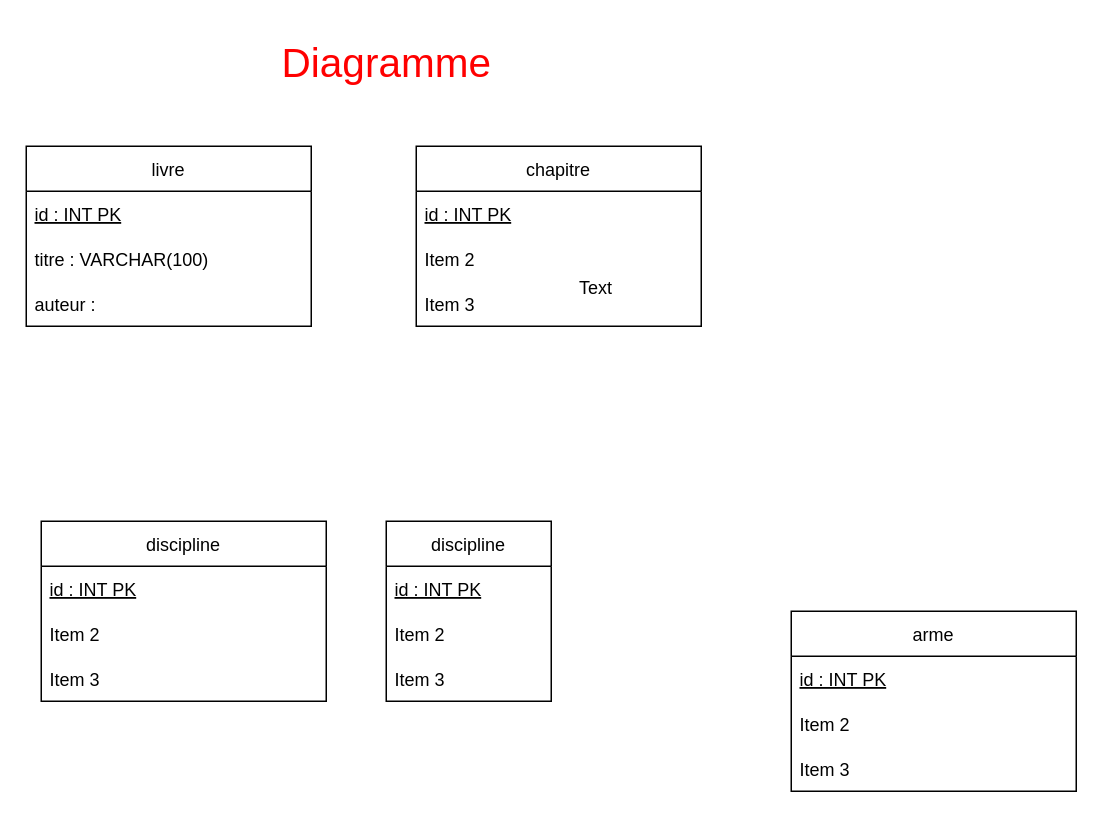
The draw.io diagram Diagramme de classe du TP.drawio in 2132555-guyollotclement/clementguyollot_francispayan_projet, before the edit. Source tidied: cells renumbered, new cells numbered last; positions are measured from the earlier drawing's top-left corner, leaving out a move shared by most shapes. Both pictures are drawn from the tidied source at 150%, with x=0, y=0 at pixel (26, 26).
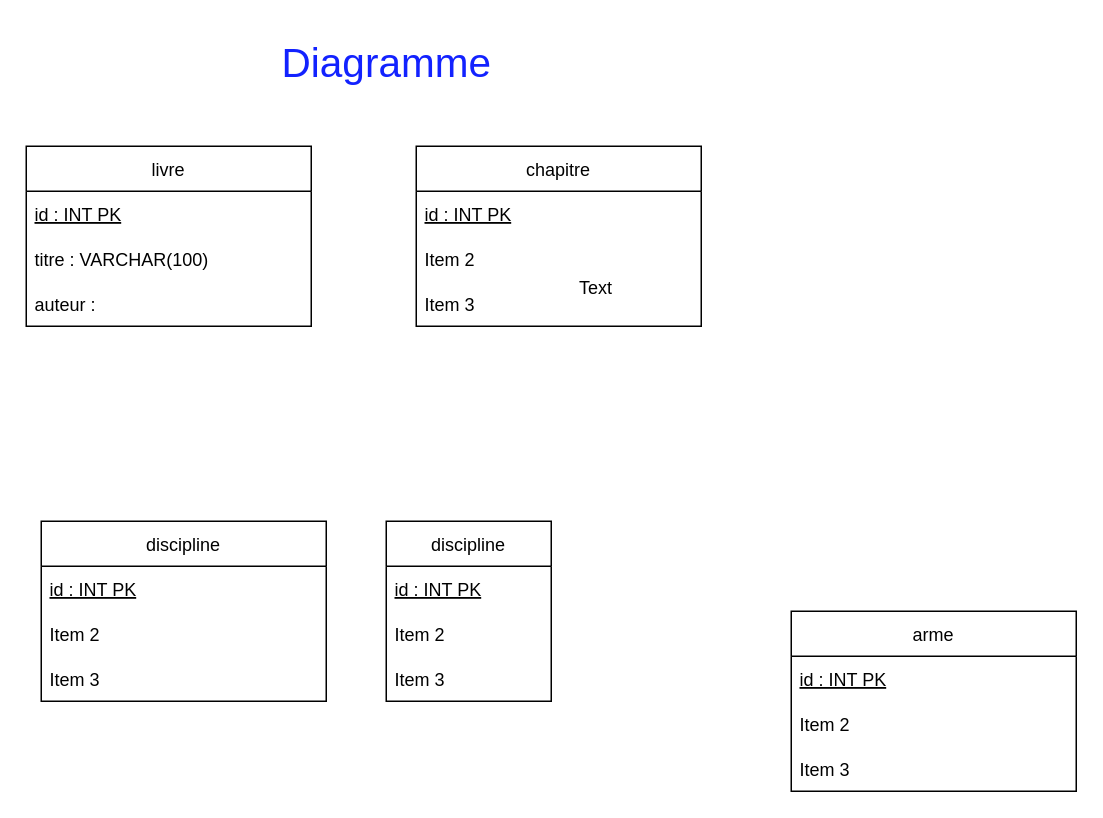
Above is the later version.

Diff of the diagram source:
```diff
@@
-    <mxCell id="23" value="&lt;font color=&quot;#ff0000&quot; style=&quot;font-size: 27px;&quot;&gt;Diagramme&lt;/font&gt;" style="text;html=1;align=center;verticalAlign=middle;strokeColor=none;fillColor=none;" parent="1" vertex="1">
+    <mxCell id="23" value="&lt;font color=&quot;#1222ff&quot; style=&quot;font-size: 27px;&quot;&gt;Diagramme&lt;/font&gt;" style="text;html=1;align=center;verticalAlign=middle;strokeColor=none;fillColor=none;" parent="1" vertex="1">
       <mxGeometry x="160" width="160" height="50" as="geometry" />
     </mxCell>
```
